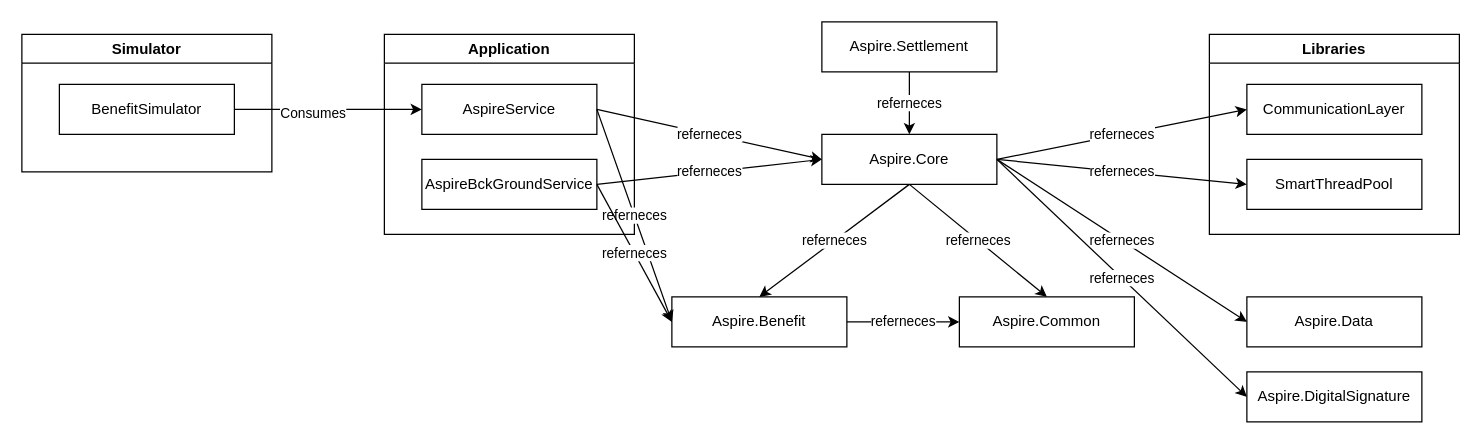
zakk616/avanza-UMLs keeps this draw.io diagram as page "Aspire Main" (2 of 3) of AspireMain.drawio. Above is the earlier version. Source tidied: cells renumbered, new cells numbered last; positions are measured from the earlier drawing's top-left corner, leaving out a move shared by most shapes. Both pictures are drawn from the tidied source at 125%, with x=0, y=0 at pixel (21, 21).
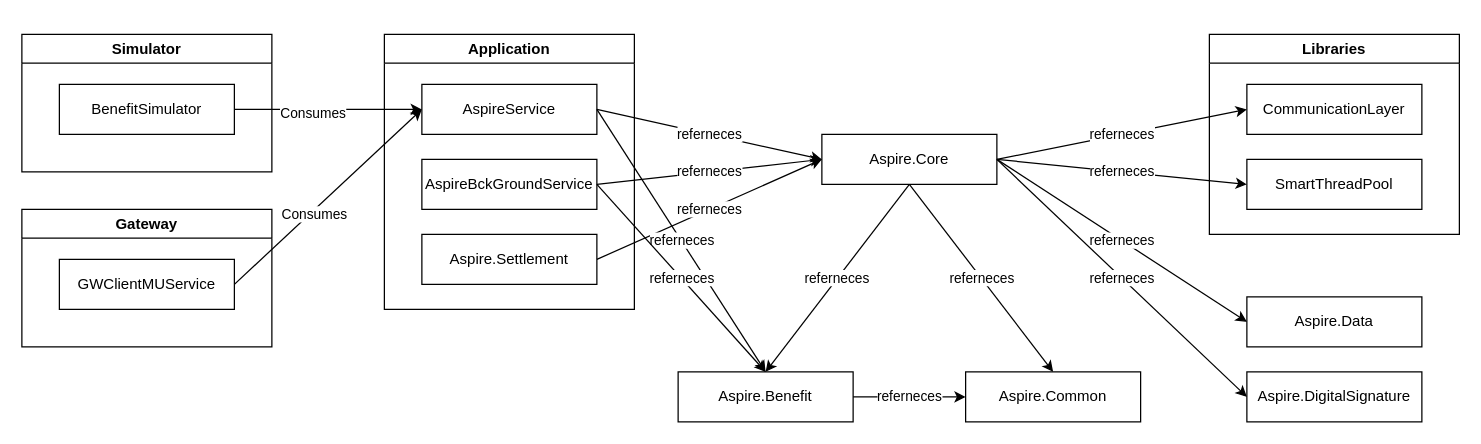
The same page after the edit.

The change refers to these unchanged cells:
```xml
<mxCell id="5" value="Aspire.Core" style="rounded=0;whiteSpace=wrap;html=1;" parent="1" vertex="1">
  <mxGeometry x="640" y="90" width="140" height="40" as="geometry" />
</mxCell>
<mxCell id="9" value="AspireService" style="rounded=0;whiteSpace=wrap;html=1;" parent="8" vertex="1">
  <mxGeometry x="30" y="40" width="140" height="40" as="geometry" />
</mxCell>
<mxCell id="10" value="AspireBckGroundService" style="rounded=0;whiteSpace=wrap;html=1;" parent="8" vertex="1">
  <mxGeometry x="30" y="100" width="140" height="40" as="geometry" />
</mxCell>
```

Diff of the diagram source:
```diff
@@
     <mxCell id="2" value="Aspire.Benefit" style="rounded=0;whiteSpace=wrap;html=1;" parent="1" vertex="1">
-      <mxGeometry x="520" y="220" width="140" height="40" as="geometry" />
+      <mxGeometry x="525" y="280" width="140" height="40" as="geometry" />
     </mxCell>
     <mxCell id="3" value="Aspire.Common" style="rounded=0;whiteSpace=wrap;html=1;" parent="1" vertex="1">
-      <mxGeometry x="750" y="220" width="140" height="40" as="geometry" />
+      <mxGeometry x="755" y="280" width="140" height="40" as="geometry" />
     </mxCell>
@@
-    <mxCell id="6" value="Aspire.Settlement" style="rounded=0;whiteSpace=wrap;html=1;" parent="1" vertex="1">
-      <mxGeometry x="640" width="140" height="40" as="geometry" />
-    </mxCell>
@@
     <mxCell id="8" value="Application" style="swimlane;whiteSpace=wrap;html=1;" parent="1" vertex="1">
-      <mxGeometry x="290" y="10" width="200" height="160" as="geometry" />
+      <mxGeometry x="290" y="10" width="200" height="220" as="geometry" />
     </mxCell>
@@
+    <mxCell id="6" value="Aspire.Settlement" style="rounded=0;whiteSpace=wrap;html=1;" parent="8" vertex="1">
+      <mxGeometry x="30" y="160" width="140" height="40" as="geometry" />
+    </mxCell>
@@
-    <mxCell id="23" value="referneces" style="endArrow=classic;html=1;rounded=0;entryX=0.5;entryY=0;entryDx=0;entryDy=0;" parent="1" edge="1" source="6" target="5">
+    <mxCell id="23" value="referneces" style="endArrow=classic;html=1;rounded=0;entryX=0;entryY=0.5;entryDx=0;entryDy=0;exitX=1;exitY=0.5;exitDx=0;exitDy=0;" parent="1" edge="1" source="6" target="5">
       <mxGeometry relative="1" as="geometry" />
     </mxCell>
@@
-    <mxCell id="25" value="referneces" style="endArrow=classic;html=1;rounded=0;entryX=0;entryY=0.5;entryDx=0;entryDy=0;exitX=1;exitY=0.5;exitDx=0;exitDy=0;" parent="1" edge="1" source="9" target="2">
+    <mxCell id="25" value="referneces" style="endArrow=classic;html=1;rounded=0;entryX=0.5;entryY=0;entryDx=0;entryDy=0;exitX=1;exitY=0.5;exitDx=0;exitDy=0;" parent="1" edge="1" source="9" target="2">
       <mxGeometry relative="1" as="geometry" />
     </mxCell>
@@
-    <mxCell id="27" value="referneces" style="endArrow=classic;html=1;rounded=0;entryX=0;entryY=0.5;entryDx=0;entryDy=0;exitX=1;exitY=0.5;exitDx=0;exitDy=0;" parent="1" edge="1" source="10" target="2">
+    <mxCell id="27" value="referneces" style="endArrow=classic;html=1;rounded=0;entryX=0.5;entryY=0;entryDx=0;entryDy=0;exitX=1;exitY=0.5;exitDx=0;exitDy=0;" parent="1" edge="1" source="10" target="2">
       <mxGeometry relative="1" as="geometry" />
     </mxCell>
@@
+    <mxCell id="30" value="Gateway" style="swimlane;whiteSpace=wrap;html=1;" parent="1" vertex="1">
+      <mxGeometry y="150" width="200" height="110" as="geometry" />
+    </mxCell>
+    <mxCell id="31" value="GWClientMUService" style="rounded=0;whiteSpace=wrap;html=1;" parent="30" vertex="1">
+      <mxGeometry x="30" y="40" width="140" height="40" as="geometry" />
+    </mxCell>
+    <mxCell id="32" style="endArrow=classic;html=1;rounded=0;exitX=1;exitY=0.5;exitDx=0;exitDy=0;entryX=0;entryY=0.5;entryDx=0;entryDy=0;" parent="1" edge="1" source="31" target="9">
+      <mxGeometry relative="1" as="geometry" />
+    </mxCell>
+    <mxCell id="33" value="Consumes" style="edgeLabel;html=1;align=center;verticalAlign=middle;" parent="32" vertex="1">
+      <mxGeometry x="-0.17" y="-2" relative="1" as="geometry" />
+    </mxCell>
```
